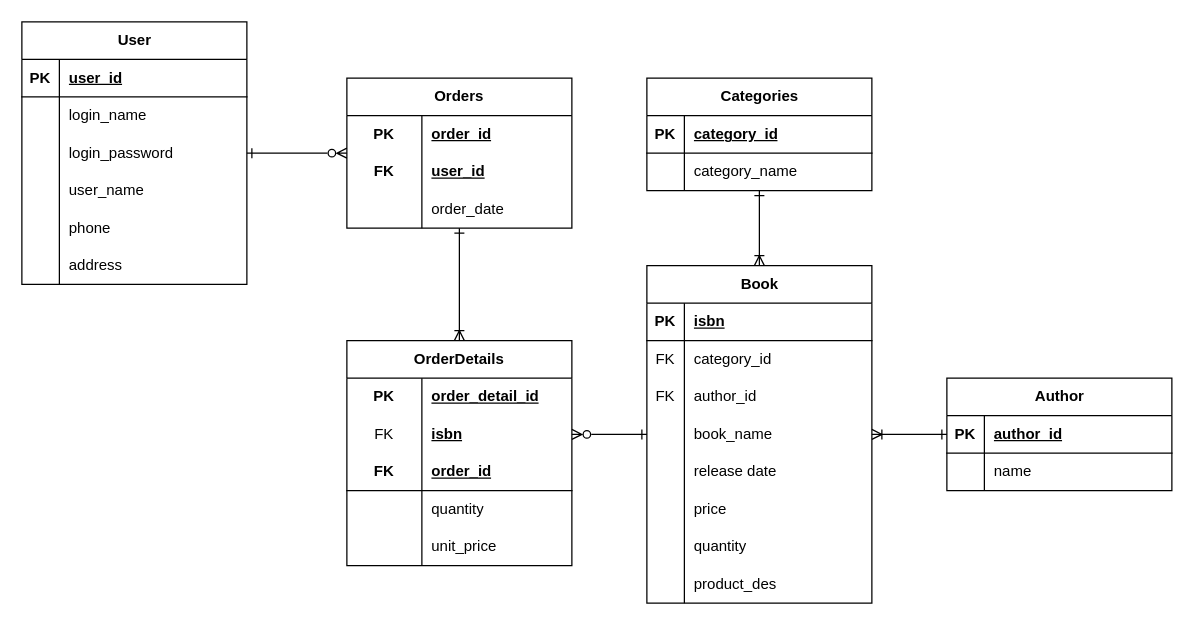
Earlier version of the draw.io diagram ERD.drawio (starven333/ShopProject). Source tidied: cells renumbered, new cells numbered last; positions are measured from the earlier drawing's top-left corner, leaving out a move shared by most shapes. Both pictures are drawn from the tidied source at 125%, with x=0, y=0 at pixel (21, 21).
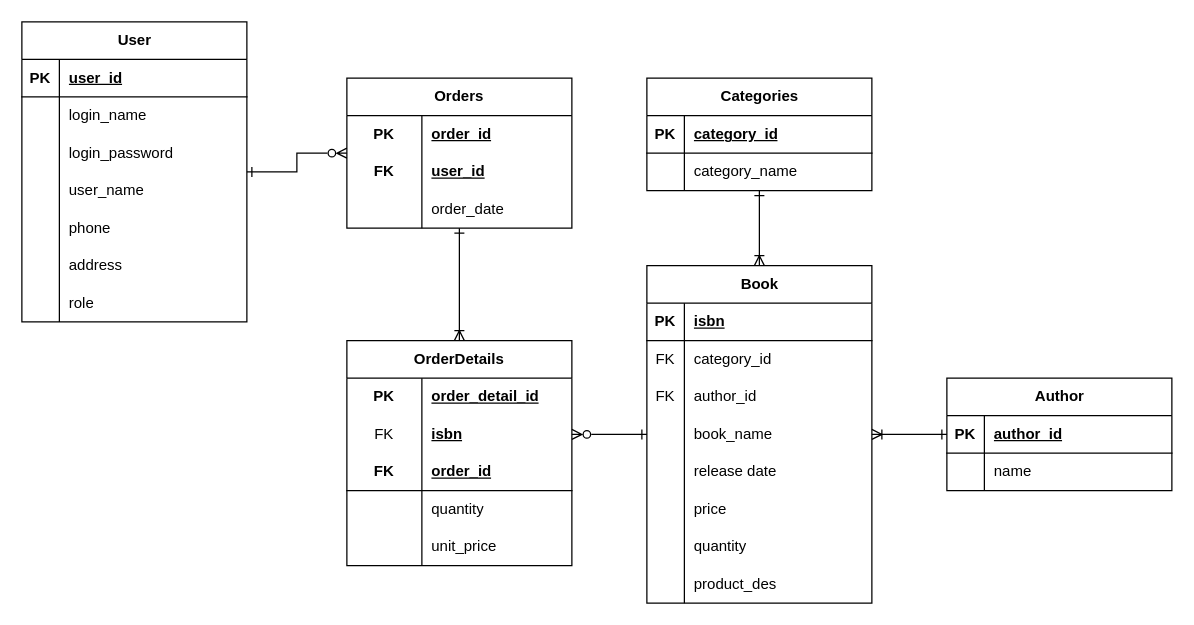
The same diagram, later.

Commit message (it also covers changes not shown here):
Update Class Diagram

Change to the diagram source:
```diff
@@
     <mxCell id="3" value="User" style="shape=table;startSize=30;childLayout=tableLayout;rowLines=0;fontStyle=1;align=center;html=1;" parent="1" vertex="1">
-      <mxGeometry width="180" height="210" as="geometry" />
+      <mxGeometry width="180" height="240" as="geometry" />
     </mxCell>
@@
+    <mxCell id="91" style="shape=tableRow;horizontal=0;startSize=0;swimlaneHead=0;swimlaneBody=0;fillColor=none;top=0;left=0;right=0;bottom=0;" parent="3" vertex="1">
+      <mxGeometry y="210" width="180" height="30" as="geometry" />
+    </mxCell>
+    <mxCell id="92" style="shape=partialRectangle;fillColor=none;top=0;left=0;bottom=0;right=0;overflow=hidden;whiteSpace=wrap;html=1;" parent="91" vertex="1">
+      <mxGeometry width="30" height="30" as="geometry" />
+    </mxCell>
+    <mxCell id="93" value="role" style="shape=partialRectangle;fillColor=none;top=0;left=0;bottom=0;right=0;align=left;spacingLeft=6;overflow=hidden;whiteSpace=wrap;html=1;" parent="91" vertex="1">
+      <mxGeometry x="30" width="150" height="30" as="geometry" />
+    </mxCell>
```
